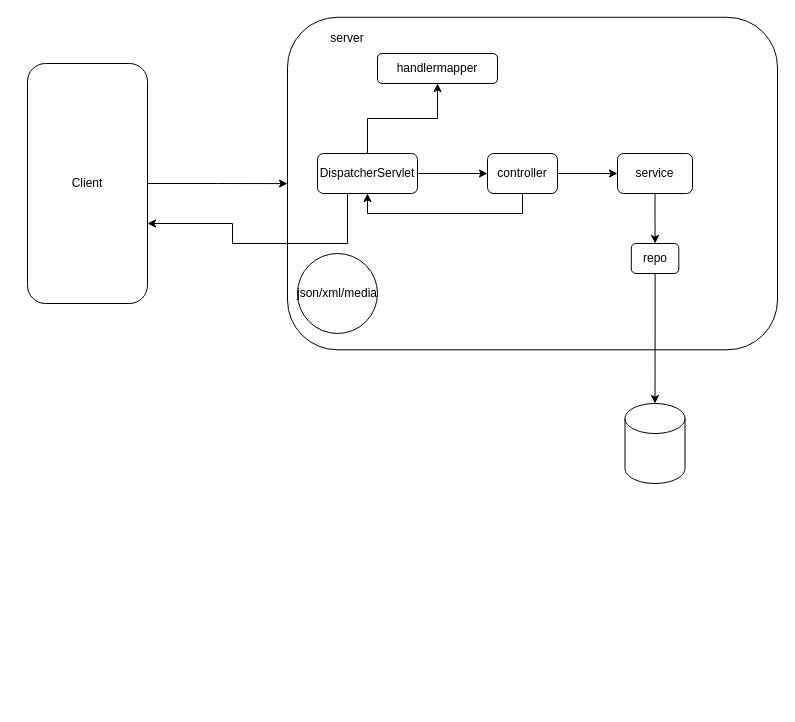
afif1400/zeeTraining keeps this draw.io diagram as page "spring rest" (3 of 3) of Untitled Diagram.drawio. Above is the earlier version. Source tidied: cells renumbered, new cells numbered last; positions are measured from the earlier drawing's top-left corner, leaving out a move shared by most shapes. Both pictures are drawn from the tidied source at 100%, with x=0, y=0 at pixel (27, 17).
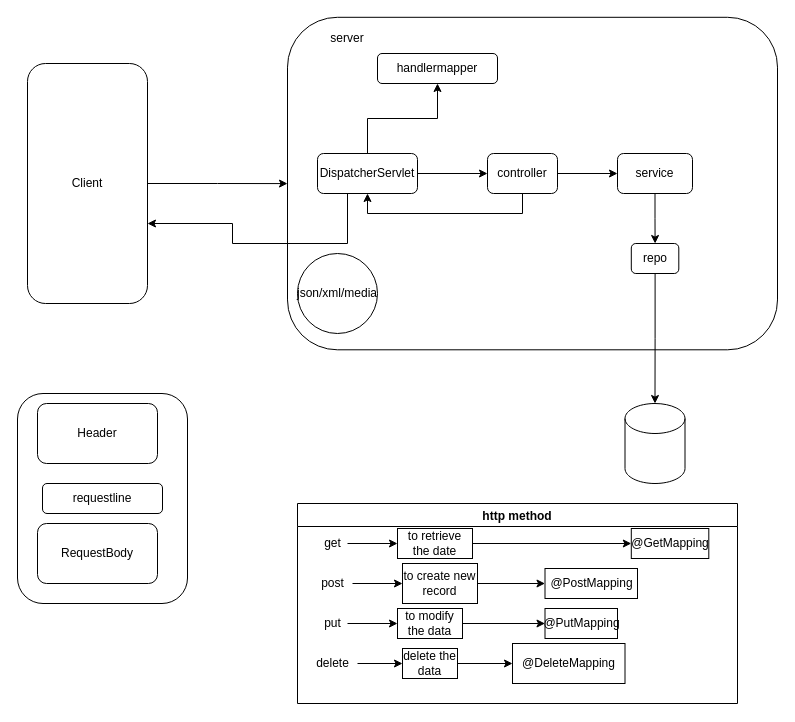
The same diagram, later.

The edit, as a diff of the source:
```diff
@@
+    <mxCell id="20" style="rounded=1;whiteSpace=wrap;html=1;" parent="1" vertex="1">
+      <mxGeometry x="-10" y="376" width="170" height="210" as="geometry" />
+    </mxCell>
+    <mxCell id="21" value="Header" style="rounded=1;whiteSpace=wrap;html=1;" parent="1" vertex="1">
+      <mxGeometry x="10" y="386" width="120" height="60" as="geometry" />
+    </mxCell>
+    <mxCell id="22" value="requestline" style="rounded=1;whiteSpace=wrap;html=1;" parent="1" vertex="1">
+      <mxGeometry x="15" y="466" width="120" height="30" as="geometry" />
+    </mxCell>
+    <mxCell id="23" value="RequestBody" style="rounded=1;whiteSpace=wrap;html=1;" parent="1" vertex="1">
+      <mxGeometry x="10" y="506" width="120" height="60" as="geometry" />
+    </mxCell>
+    <mxCell id="24" value="http method" style="swimlane;" parent="1" vertex="1">
+      <mxGeometry x="270" y="486" width="440" height="200" as="geometry" />
+    </mxCell>
+    <mxCell id="25" value="get" style="text;html=1;align=center;verticalAlign=middle;points=[];strokeColor=none;fillColor=none;" parent="24" vertex="1">
+      <mxGeometry x="20" y="30" width="30" height="20" as="geometry" />
+    </mxCell>
+    <mxCell id="26" value="put" style="text;html=1;align=center;verticalAlign=middle;points=[];strokeColor=none;fillColor=none;" parent="24" vertex="1">
+      <mxGeometry x="20" y="110" width="30" height="20" as="geometry" />
+    </mxCell>
+    <mxCell id="27" value="post" style="text;html=1;align=center;verticalAlign=middle;points=[];strokeColor=none;fillColor=none;" parent="24" vertex="1">
+      <mxGeometry x="15" y="70" width="40" height="20" as="geometry" />
+    </mxCell>
+    <mxCell id="28" value="delete" style="text;html=1;align=center;verticalAlign=middle;points=[];strokeColor=none;fillColor=none;" parent="24" vertex="1">
+      <mxGeometry x="10" y="150" width="50" height="20" as="geometry" />
+    </mxCell>
+    <mxCell id="29" value="to retrieve the date" style="whiteSpace=wrap;html=1;" parent="24" vertex="1">
+      <mxGeometry x="100" y="25" width="75" height="30" as="geometry" />
+    </mxCell>
+    <mxCell id="30" style="edgeStyle=orthogonalEdgeStyle;rounded=0;jettySize=auto;html=1;" parent="24" edge="1" source="25" target="29">
+      <mxGeometry relative="1" as="geometry" />
+    </mxCell>
+    <mxCell id="31" value="to create new record" style="whiteSpace=wrap;html=1;" parent="24" vertex="1">
+      <mxGeometry x="105" y="60" width="75" height="40" as="geometry" />
+    </mxCell>
+    <mxCell id="32" style="edgeStyle=orthogonalEdgeStyle;rounded=0;jettySize=auto;html=1;" parent="24" edge="1" source="27" target="31">
+      <mxGeometry relative="1" as="geometry" />
+    </mxCell>
+    <mxCell id="33" value="to modify the data" style="whiteSpace=wrap;html=1;" parent="24" vertex="1">
+      <mxGeometry x="100" y="105" width="65" height="30" as="geometry" />
+    </mxCell>
+    <mxCell id="34" style="edgeStyle=orthogonalEdgeStyle;rounded=0;jettySize=auto;html=1;" parent="24" edge="1" source="26" target="33">
+      <mxGeometry relative="1" as="geometry" />
+    </mxCell>
+    <mxCell id="35" value="delete the data" style="whiteSpace=wrap;html=1;" parent="24" vertex="1">
+      <mxGeometry x="105" y="145" width="55" height="30" as="geometry" />
+    </mxCell>
+    <mxCell id="36" style="edgeStyle=orthogonalEdgeStyle;rounded=0;jettySize=auto;html=1;" parent="24" edge="1" source="28" target="35">
+      <mxGeometry relative="1" as="geometry" />
+    </mxCell>
+    <mxCell id="37" value="@GetMapping" style="whiteSpace=wrap;html=1;" parent="1" vertex="1">
+      <mxGeometry x="603.8" y="511" width="77.5" height="30" as="geometry" />
+    </mxCell>
+    <mxCell id="38" style="edgeStyle=orthogonalEdgeStyle;rounded=0;jettySize=auto;html=1;" parent="1" edge="1" source="29" target="37">
+      <mxGeometry relative="1" as="geometry" />
+    </mxCell>
+    <mxCell id="39" value="@PostMapping" style="whiteSpace=wrap;html=1;" parent="1" vertex="1">
+      <mxGeometry x="517.5" y="551" width="92.5" height="30" as="geometry" />
+    </mxCell>
+    <mxCell id="40" style="edgeStyle=orthogonalEdgeStyle;rounded=0;jettySize=auto;html=1;" parent="1" edge="1" source="31" target="39">
+      <mxGeometry relative="1" as="geometry" />
+    </mxCell>
+    <mxCell id="41" value="@PutMapping" style="whiteSpace=wrap;html=1;" parent="1" vertex="1">
+      <mxGeometry x="517.5" y="591" width="72.5" height="30" as="geometry" />
+    </mxCell>
+    <mxCell id="42" style="edgeStyle=orthogonalEdgeStyle;rounded=0;jettySize=auto;html=1;" parent="1" edge="1" source="33" target="41">
+      <mxGeometry relative="1" as="geometry" />
+    </mxCell>
+    <mxCell id="43" value="@DeleteMapping" style="whiteSpace=wrap;html=1;" parent="1" vertex="1">
+      <mxGeometry x="485" y="626" width="112.5" height="40" as="geometry" />
+    </mxCell>
+    <mxCell id="44" style="edgeStyle=orthogonalEdgeStyle;rounded=0;jettySize=auto;html=1;" parent="1" edge="1" source="35" target="43">
+      <mxGeometry relative="1" as="geometry" />
+    </mxCell>
```
